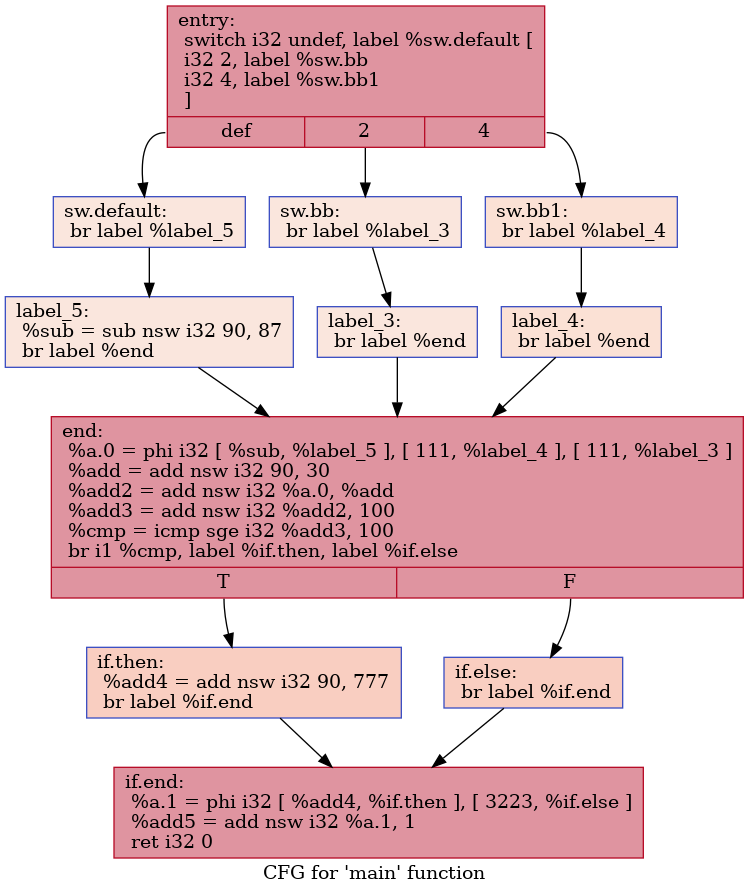
Above: IR/cfg/removeHPSSA.dot.png in HPSSA-LLVM/HPSSA-LLVM (Graphviz), before the change. Its source is kept beside it as IR/cfg/removeHPSSA.dot.
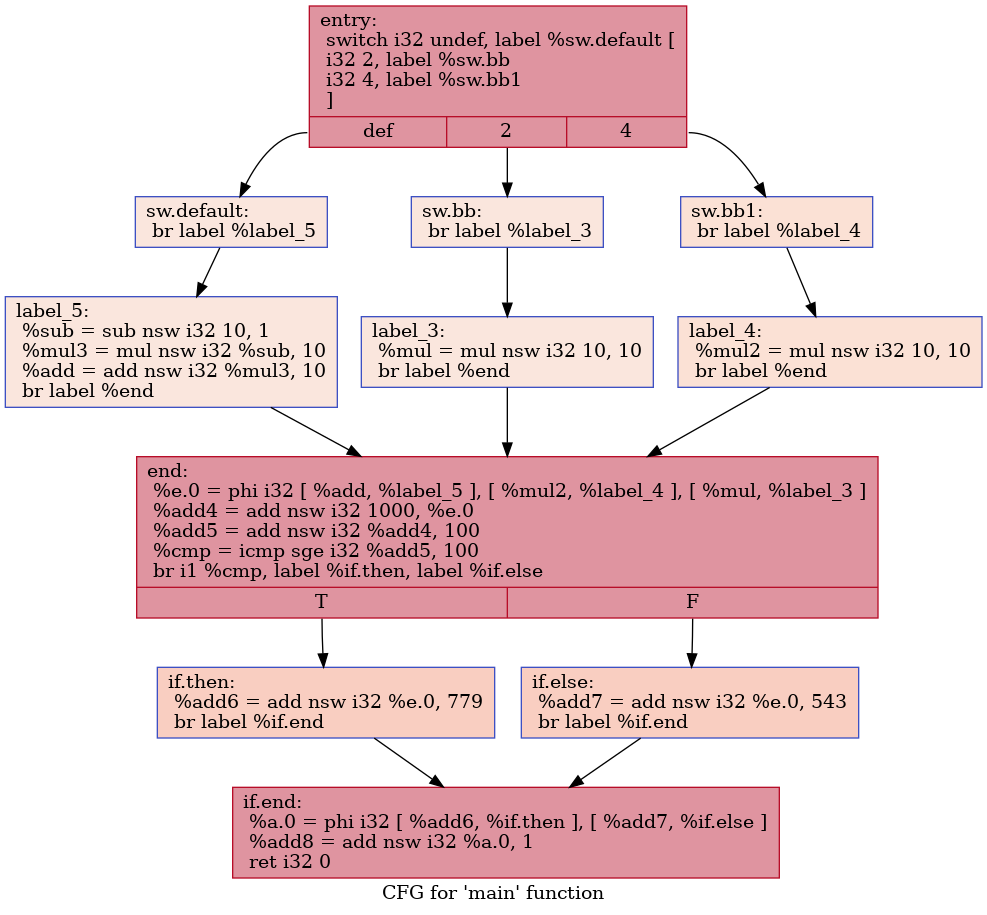
The same diagram one commit later.

The edit, as a diff of the source:
```diff
@@ -1,28 +1,28 @@
 digraph "CFG for 'main' function" {
 	label="CFG for 'main' function";
 
-	Node0x562cb1b97890 [shape=record,color="#b70d28ff", style=filled, fillcolor="#b70d2870",label="{entry:\l  switch i32 undef, label %sw.default [\l    i32 2, label %sw.bb\l    i32 4, label %sw.bb1\l  ]\l|{<s0>def|<s1>2|<s2>4}}"];
-	Node0x562cb1b97890:s0 -> Node0x562cb1b97df0;
-	Node0x562cb1b97890:s1 -> Node0x562cb1b97e70;
-	Node0x562cb1b97890:s2 -> Node0x562cb1b97f10;
-	Node0x562cb1b97e70 [shape=record,color="#3d50c3ff", style=filled, fillcolor="#f3c7b170",label="{sw.bb:                                            \l  br label %label_3\l}"];
-	Node0x562cb1b97e70 -> Node0x562cb1b980a0;
-	Node0x562cb1b97f10 [shape=record,color="#3d50c3ff", style=filled, fillcolor="#f7bca170",label="{sw.bb1:                                           \l  br label %label_4\l}"];
-	Node0x562cb1b97f10 -> Node0x562cb1b98180;
-	Node0x562cb1b97df0 [shape=record,color="#3d50c3ff", style=filled, fillcolor="#f3c7b170",label="{sw.default:                                       \l  br label %label_5\l}"];
-	Node0x562cb1b97df0 -> Node0x562cb1b98260;
-	Node0x562cb1b980a0 [shape=record,color="#3d50c3ff", style=filled, fillcolor="#f3c7b170",label="{label_3:                                          \l  br label %end\l}"];
-	Node0x562cb1b980a0 -> Node0x562cb1b98340;
-	Node0x562cb1b98180 [shape=record,color="#3d50c3ff", style=filled, fillcolor="#f7bca170",label="{label_4:                                          \l  br label %end\l}"];
-	Node0x562cb1b98180 -> Node0x562cb1b98340;
-	Node0x562cb1b98260 [shape=record,color="#3d50c3ff", style=filled, fillcolor="#f3c7b170",label="{label_5:                                          \l  %sub = sub nsw i32 90, 87\l  br label %end\l}"];
-	Node0x562cb1b98260 -> Node0x562cb1b98340;
-	Node0x562cb1b98340 [shape=record,color="#b70d28ff", style=filled, fillcolor="#b70d2870",label="{end:                                              \l  %a.0 = phi i32 [ %sub, %label_5 ], [ 111, %label_4 ], [ 111, %label_3 ]\l  %add = add nsw i32 90, 30\l  %add2 = add nsw i32 %a.0, %add\l  %add3 = add nsw i32 %add2, 100\l  %cmp = icmp sge i32 %add3, 100\l  br i1 %cmp, label %if.then, label %if.else\l|{<s0>T|<s1>F}}"];
-	Node0x562cb1b98340:s0 -> Node0x562cb1b98bf0;
-	Node0x562cb1b98340:s1 -> Node0x562cb1b98c60;
-	Node0x562cb1b98bf0 [shape=record,color="#3d50c3ff", style=filled, fillcolor="#f2907270",label="{if.then:                                          \l  %add4 = add nsw i32 90, 777\l  br label %if.end\l}"];
-	Node0x562cb1b98bf0 -> Node0x562cb1b98e60;
-	Node0x562cb1b98c60 [shape=record,color="#3d50c3ff", style=filled, fillcolor="#f2907270",label="{if.else:                                          \l  br label %if.end\l}"];
-	Node0x562cb1b98c60 -> Node0x562cb1b98e60;
-	Node0x562cb1b98e60 [shape=record,color="#b70d28ff", style=filled, fillcolor="#b70d2870",label="{if.end:                                           \l  %a.1 = phi i32 [ %add4, %if.then ], [ 3223, %if.else ]\l  %add5 = add nsw i32 %a.1, 1\l  ret i32 0\l}"];
+	Node0x5565d9053910 [shape=record,color="#b70d28ff", style=filled, fillcolor="#b70d2870",label="{entry:\l  switch i32 undef, label %sw.default [\l    i32 2, label %sw.bb\l    i32 4, label %sw.bb1\l  ]\l|{<s0>def|<s1>2|<s2>4}}"];
+	Node0x5565d9053910:s0 -> Node0x5565d9053e70;
+	Node0x5565d9053910:s1 -> Node0x5565d9053ef0;
+	Node0x5565d9053910:s2 -> Node0x5565d9053f90;
+	Node0x5565d9053ef0 [shape=record,color="#3d50c3ff", style=filled, fillcolor="#f3c7b170",label="{sw.bb:                                            \l  br label %label_3\l}"];
+	Node0x5565d9053ef0 -> Node0x5565d9054120;
+	Node0x5565d9053f90 [shape=record,color="#3d50c3ff", style=filled, fillcolor="#f7bca170",label="{sw.bb1:                                           \l  br label %label_4\l}"];
+	Node0x5565d9053f90 -> Node0x5565d9054200;
+	Node0x5565d9053e70 [shape=record,color="#3d50c3ff", style=filled, fillcolor="#f3c7b170",label="{sw.default:                                       \l  br label %label_5\l}"];
+	Node0x5565d9053e70 -> Node0x5565d90542e0;
+	Node0x5565d9054120 [shape=record,color="#3d50c3ff", style=filled, fillcolor="#f3c7b170",label="{label_3:                                          \l  %mul = mul nsw i32 10, 10\l  br label %end\l}"];
+	Node0x5565d9054120 -> Node0x5565d90544a0;
+	Node0x5565d9054200 [shape=record,color="#3d50c3ff", style=filled, fillcolor="#f7bca170",label="{label_4:                                          \l  %mul2 = mul nsw i32 10, 10\l  br label %end\l}"];
+	Node0x5565d9054200 -> Node0x5565d90544a0;
+	Node0x5565d90542e0 [shape=record,color="#3d50c3ff", style=filled, fillcolor="#f3c7b170",label="{label_5:                                          \l  %sub = sub nsw i32 10, 1\l  %mul3 = mul nsw i32 %sub, 10\l  %add = add nsw i32 %mul3, 10\l  br label %end\l}"];
+	Node0x5565d90542e0 -> Node0x5565d90544a0;
+	Node0x5565d90544a0 [shape=record,color="#b70d28ff", style=filled, fillcolor="#b70d2870",label="{end:                                              \l  %e.0 = phi i32 [ %add, %label_5 ], [ %mul2, %label_4 ], [ %mul, %label_3 ]\l  %add4 = add nsw i32 1000, %e.0\l  %add5 = add nsw i32 %add4, 100\l  %cmp = icmp sge i32 %add5, 100\l  br i1 %cmp, label %if.then, label %if.else\l|{<s0>T|<s1>F}}"];
+	Node0x5565d90544a0:s0 -> Node0x5565d9054e50;
+	Node0x5565d90544a0:s1 -> Node0x5565d9054ec0;
+	Node0x5565d9054e50 [shape=record,color="#3d50c3ff", style=filled, fillcolor="#f2907270",label="{if.then:                                          \l  %add6 = add nsw i32 %e.0, 779\l  br label %if.end\l}"];
+	Node0x5565d9054e50 -> Node0x5565d90550c0;
+	Node0x5565d9054ec0 [shape=record,color="#3d50c3ff", style=filled, fillcolor="#f2907270",label="{if.else:                                          \l  %add7 = add nsw i32 %e.0, 543\l  br label %if.end\l}"];
+	Node0x5565d9054ec0 -> Node0x5565d90550c0;
+	Node0x5565d90550c0 [shape=record,color="#b70d28ff", style=filled, fillcolor="#b70d2870",label="{if.end:                                           \l  %a.0 = phi i32 [ %add6, %if.then ], [ %add7, %if.else ]\l  %add8 = add nsw i32 %a.0, 1\l  ret i32 0\l}"];
 }
```
